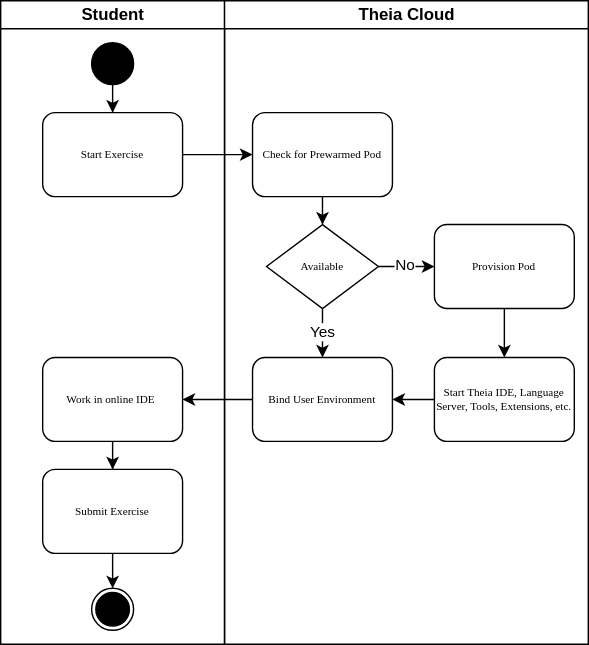
Before: figures/activity-diagram.svg, a diagram exported from draw.io (lukaskratzel/ba). Source tidied: cells renumbered, new cells last; positions are measured from the earlier drawing's top-left corner, leaving out a move shared by most shapes.
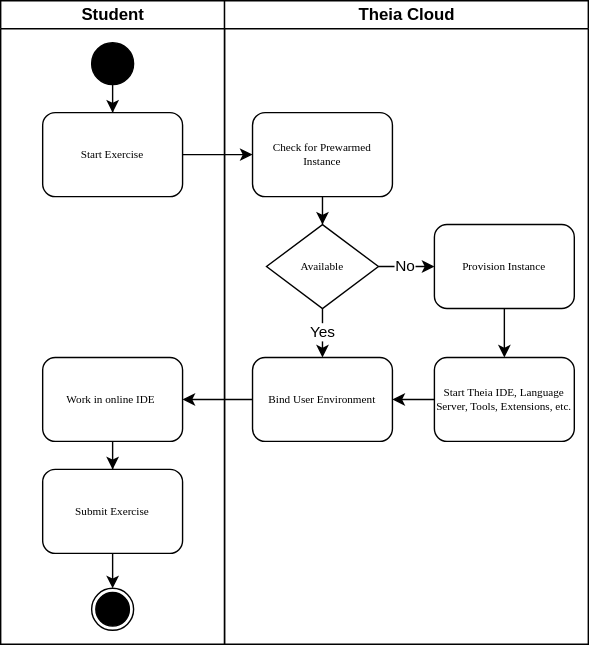
After the change.

The edit, as a diff of the source:
```diff
@@ -5,12 +5,12 @@
     <mxCell id="2" value="Student" style="swimlane;html=1;startSize=20;" parent="1" vertex="1">
       <mxGeometry width="160" height="460" as="geometry" />
     </mxCell>
-    <mxCell id="3" style="edgeStyle=orthogonalEdgeStyle;rounded=0;jettySize=auto;html=1;entryX=0.5;entryY=0;entryDx=0;entryDy=0;" parent="2" edge="1" target="x">
+    <mxCell id="3" style="edgeStyle=orthogonalEdgeStyle;rounded=0;orthogonalLoop=1;jettySize=auto;html=1;entryX=0.5;entryY=0;entryDx=0;entryDy=0;" parent="2" edge="1">
       <mxGeometry relative="1" as="geometry">
         <mxPoint x="80.1" y="520" as="sourcePoint" />
       </mxGeometry>
     </mxCell>
-    <mxCell id="4" style="edgeStyle=orthogonalEdgeStyle;rounded=0;jettySize=auto;html=1;entryX=0.5;entryY=0;entryDx=0;entryDy=0;" parent="2" edge="1" source="x">
+    <mxCell id="4" style="edgeStyle=orthogonalEdgeStyle;rounded=0;orthogonalLoop=1;jettySize=auto;html=1;entryX=0.5;entryY=0;entryDx=0;entryDy=0;" parent="2" edge="1">
       <mxGeometry relative="1" as="geometry">
         <mxPoint x="80" y="110" as="targetPoint" />
       </mxGeometry>
@@ -48,7 +48,7 @@
     <mxCell id="15" style="edgeStyle=orthogonalEdgeStyle;rounded=0;jettySize=auto;html=1;entryX=0.5;entryY=0;entryDx=0;entryDy=0;" parent="11" edge="1" source="16" target="20">
       <mxGeometry relative="1" as="geometry" />
     </mxCell>
-    <mxCell id="16" value="Check for Prewarmed Pod" style="rounded=1;whiteSpace=wrap;html=1;shadow=0;labelBackgroundColor=none;strokeWidth=1;fontFamily=Verdana;fontSize=8;align=center;" parent="11" vertex="1">
+    <mxCell id="16" value="Check for Prewarmed Instance" style="rounded=1;whiteSpace=wrap;html=1;shadow=0;labelBackgroundColor=none;strokeWidth=1;fontFamily=Verdana;fontSize=8;align=center;" parent="11" vertex="1">
       <mxGeometry x="20" y="80" width="100" height="60" as="geometry" />
     </mxCell>
     <mxCell id="17" value="Yes" style="edgeStyle=orthogonalEdgeStyle;rounded=0;jettySize=auto;html=1;entryX=0.5;entryY=0;entryDx=0;entryDy=0;" parent="11" edge="1" source="20" target="21">
@@ -69,7 +69,7 @@
     <mxCell id="22" style="edgeStyle=orthogonalEdgeStyle;rounded=0;jettySize=auto;html=1;entryX=0.5;entryY=0;entryDx=0;entryDy=0;" parent="11" edge="1" source="23" target="25">
       <mxGeometry relative="1" as="geometry" />
     </mxCell>
-    <mxCell id="23" value="Provision Pod" style="rounded=1;whiteSpace=wrap;html=1;shadow=0;labelBackgroundColor=none;strokeWidth=1;fontFamily=Verdana;fontSize=8;align=center;" parent="11" vertex="1">
+    <mxCell id="23" value="Provision Instance" style="rounded=1;whiteSpace=wrap;html=1;shadow=0;labelBackgroundColor=none;strokeWidth=1;fontFamily=Verdana;fontSize=8;align=center;" parent="11" vertex="1">
       <mxGeometry x="150" y="160" width="100" height="60" as="geometry" />
     </mxCell>
     <mxCell id="24" style="edgeStyle=orthogonalEdgeStyle;rounded=0;jettySize=auto;html=1;entryX=1;entryY=0.5;entryDx=0;entryDy=0;" parent="11" edge="1" source="25" target="21">
```
